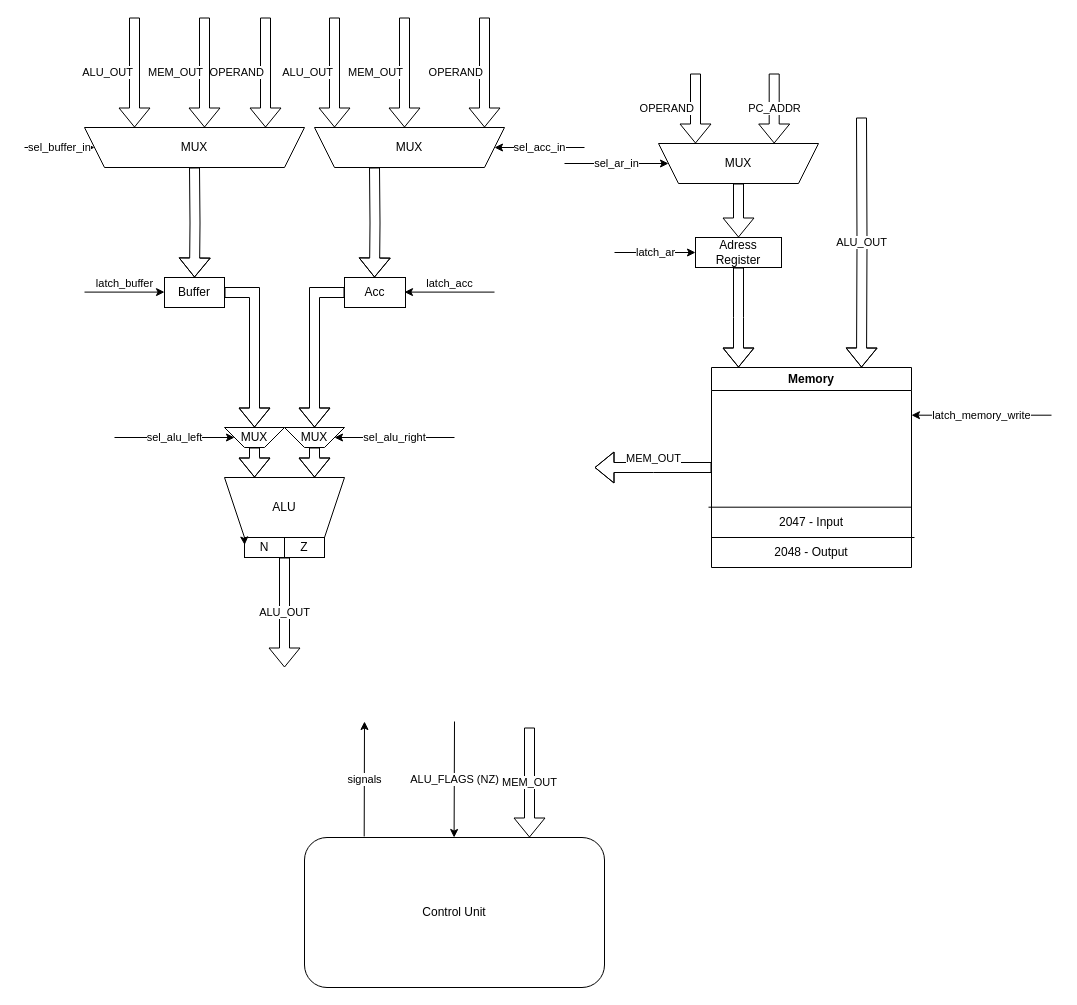
Earlier version of the draw.io diagram docs/schemes/datapath.drawio (FEgor04/csa-lab3). Source tidied: cells renumbered, new cells numbered last; positions are measured from the earlier drawing's top-left corner, leaving out a move shared by most shapes. Both pictures are drawn from the tidied source at 100%, with x=0, y=0 at pixel (24, 17).
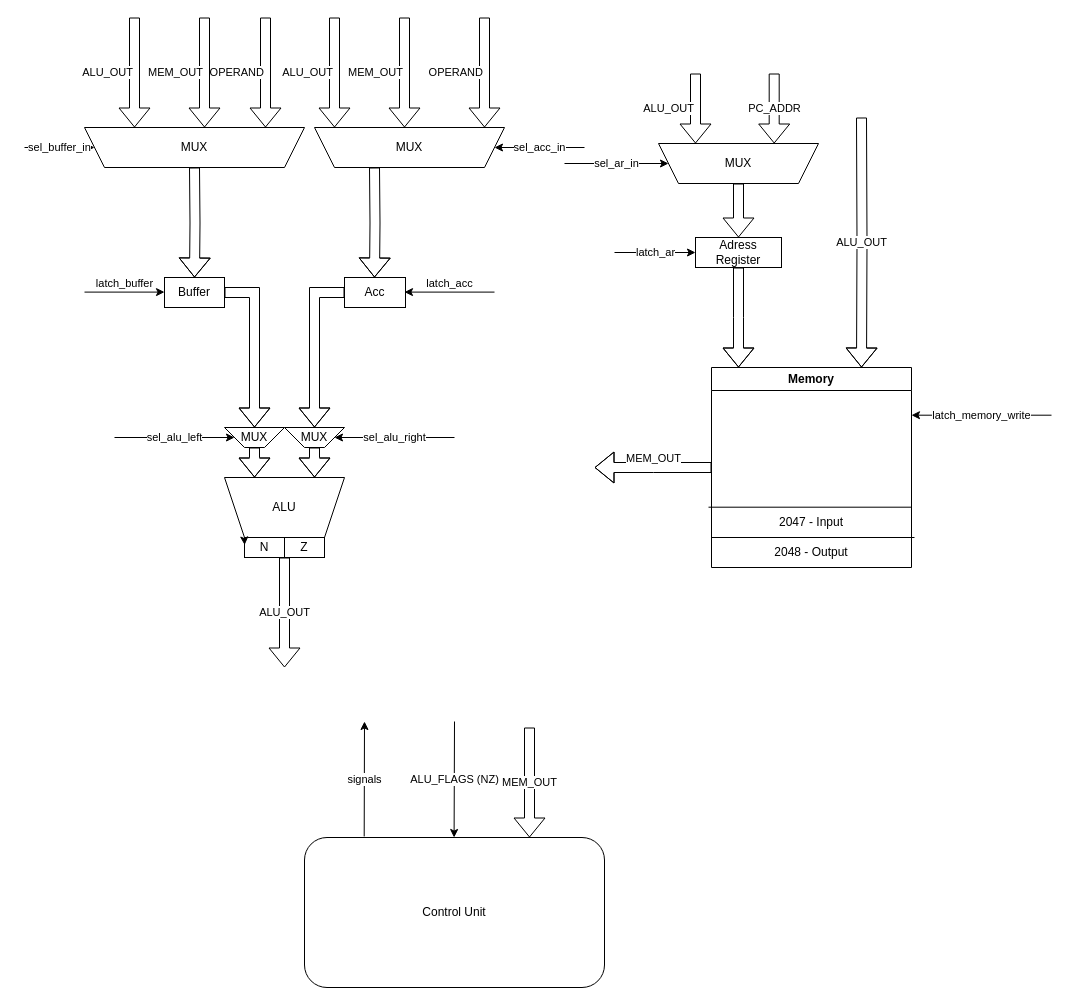
Above is the later version.

Commit message (it also covers changes not shown here):
fix datapath schemes

Change to the diagram source:
```diff
@@
-    <mxCell id="21" value="OPERAND" style="edgeStyle=orthogonalEdgeStyle;rounded=0;orthogonalLoop=1;jettySize=auto;html=1;shape=flexArrow;align=right;" parent="1" edge="1">
+    <mxCell id="21" value="ALU_OUT" style="edgeStyle=orthogonalEdgeStyle;rounded=0;orthogonalLoop=1;jettySize=auto;html=1;shape=flexArrow;align=right;" parent="1" edge="1">
       <mxGeometry relative="1" as="geometry">
         <mxPoint x="671" y="56" as="sourcePoint" />
         <mxPoint x="671" y="126" as="targetPoint" />
       </mxGeometry>
     </mxCell>
```
